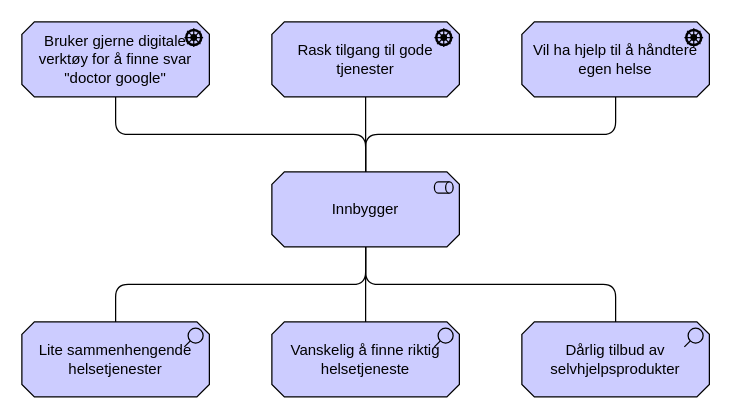
Above: docs/concern.drawio in hdir/Digital-Forstelinje (draw.io), before the change. Source tidied: cells renumbered, new cells numbered last; positions are measured from the earlier drawing's top-left corner, leaving out a move shared by most shapes. Both pictures are drawn from the tidied source at 125%, with x=0, y=0 at pixel (21, 21).
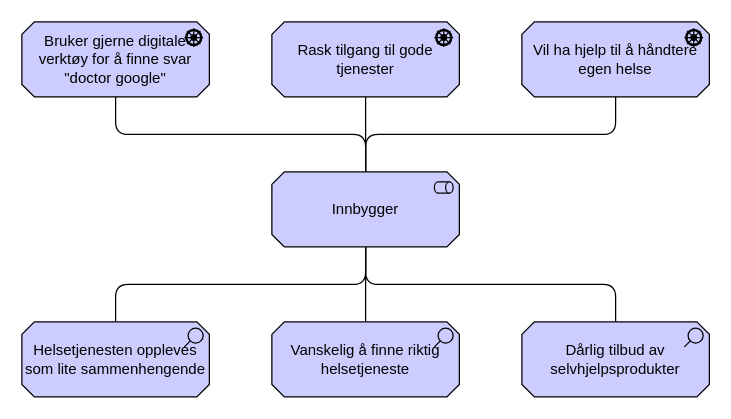
The same page after the edit.

The edit, as a diff of the source:
```diff
@@
 <mxGraphModel>
   <root>
     <mxCell id="0" />
     <mxCell id="1" parent="0" />
     <mxCell id="2" value="Rask tilgang til gode tjenester" style="html=1;outlineConnect=0;whiteSpace=wrap;fillColor=#CCCCFF;shape=mxgraph.archimate3.application;appType=driver;archiType=oct;" parent="1" vertex="1">
       <mxGeometry x="200" width="150" height="60" as="geometry" />
     </mxCell>
-    <mxCell id="3" value="Lite sammenhengende helsetjenester" style="html=1;outlineConnect=0;whiteSpace=wrap;fillColor=#CCCCFF;shape=mxgraph.archimate3.application;appType=assess;archiType=oct;" parent="1" vertex="1">
+    <mxCell id="3" value="Helsetjenesten oppleves som lite sammenhengende" style="html=1;outlineConnect=0;whiteSpace=wrap;fillColor=#CCCCFF;shape=mxgraph.archimate3.application;appType=assess;archiType=oct;" parent="1" vertex="1">
       <mxGeometry y="240" width="150" height="60" as="geometry" />
     </mxCell>
     <mxCell id="4" value="Innbygger" style="html=1;outlineConnect=0;whiteSpace=wrap;fillColor=#CCCCFF;shape=mxgraph.archimate3.application;appType=role;archiType=oct;" parent="1" vertex="1">
       <mxGeometry x="200" y="120" width="150" height="60" as="geometry" />
     </mxCell>
     <mxCell id="5" value="Vanskelig å finne riktig helsetjeneste" style="html=1;outlineConnect=0;whiteSpace=wrap;fillColor=#CCCCFF;shape=mxgraph.archimate3.application;appType=assess;archiType=oct;" parent="1" vertex="1">
       <mxGeometry x="200" y="240" width="150" height="60" as="geometry" />
     </mxCell>
     <mxCell id="6" value="Dårlig tilbud av selvhjelpsprodukter" style="html=1;outlineConnect=0;whiteSpace=wrap;fillColor=#CCCCFF;shape=mxgraph.archimate3.application;appType=assess;archiType=oct;" parent="1" vertex="1">
       <mxGeometry x="400" y="240" width="150" height="60" as="geometry" />
     </mxCell>
     <mxCell id="7" style="edgeStyle=elbowEdgeStyle;html=1;endArrow=none;elbow=vertical;exitX=0.5;exitY=1;exitDx=0;exitDy=0;exitPerimeter=0;entryX=0.5;entryY=0;entryDx=0;entryDy=0;entryPerimeter=0;" parent="1" edge="1" source="4" target="3">
       <mxGeometry relative="1" as="geometry" />
     </mxCell>
     <mxCell id="8" style="edgeStyle=elbowEdgeStyle;html=1;endArrow=none;elbow=vertical;exitX=0.5;exitY=1;exitDx=0;exitDy=0;exitPerimeter=0;entryX=0.5;entryY=0;entryDx=0;entryDy=0;entryPerimeter=0;" parent="1" edge="1" source="4" target="5">
       <mxGeometry relative="1" as="geometry" />
     </mxCell>
     <mxCell id="9" style="edgeStyle=elbowEdgeStyle;html=1;endArrow=none;elbow=vertical;exitX=0.5;exitY=1;exitDx=0;exitDy=0;exitPerimeter=0;entryX=0.5;entryY=0;entryDx=0;entryDy=0;entryPerimeter=0;" parent="1" edge="1" source="4" target="6">
       <mxGeometry relative="1" as="geometry" />
     </mxCell>
     <mxCell id="10" style="edgeStyle=elbowEdgeStyle;html=1;endArrow=none;elbow=vertical;exitX=0.5;exitY=0;exitDx=0;exitDy=0;exitPerimeter=0;entryX=0.5;entryY=1;entryDx=0;entryDy=0;entryPerimeter=0;" parent="1" edge="1" source="4" target="2">
       <mxGeometry relative="1" as="geometry" />
     </mxCell>
     <mxCell id="11" value="Vil ha hjelp til å håndtere egen helse" style="html=1;outlineConnect=0;whiteSpace=wrap;fillColor=#CCCCFF;shape=mxgraph.archimate3.application;appType=driver;archiType=oct;" parent="1" vertex="1">
       <mxGeometry x="400" width="150" height="60" as="geometry" />
     </mxCell>
     <mxCell id="12" value="Bruker gjerne digitale verktøy for å finne svar &quot;doctor google&quot;" style="html=1;outlineConnect=0;whiteSpace=wrap;fillColor=#CCCCFF;shape=mxgraph.archimate3.application;appType=driver;archiType=oct;" parent="1" vertex="1">
       <mxGeometry width="150" height="60" as="geometry" />
     </mxCell>
     <mxCell id="13" style="edgeStyle=elbowEdgeStyle;html=1;endArrow=none;elbow=vertical;exitX=0.5;exitY=0;exitDx=0;exitDy=0;exitPerimeter=0;entryX=0.5;entryY=1;entryDx=0;entryDy=0;entryPerimeter=0;" parent="1" edge="1" source="4" target="12">
       <mxGeometry relative="1" as="geometry" />
     </mxCell>
     <mxCell id="14" style="edgeStyle=elbowEdgeStyle;html=1;endArrow=none;elbow=vertical;exitX=0.5;exitY=0;exitDx=0;exitDy=0;exitPerimeter=0;entryX=0.5;entryY=1;entryDx=0;entryDy=0;entryPerimeter=0;" parent="1" edge="1" source="4" target="11">
       <mxGeometry relative="1" as="geometry" />
     </mxCell>
   </root>
 </mxGraphModel>
```
